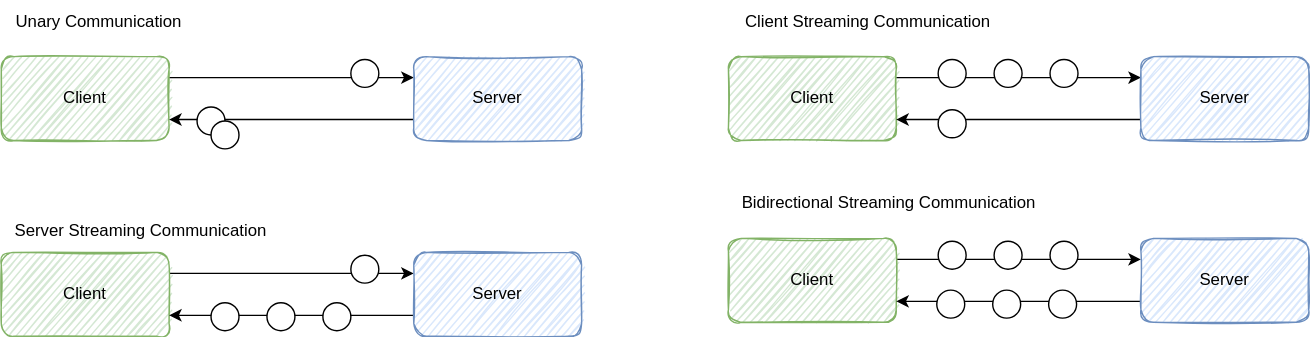
The draw.io diagram gRPC_streaming.drawio.svg in xNok/go-grpc-demo, before a commit. Source tidied: cells renumbered, new cells last; positions are measured from the earlier drawing's top-left corner, leaving out a move shared by most shapes.
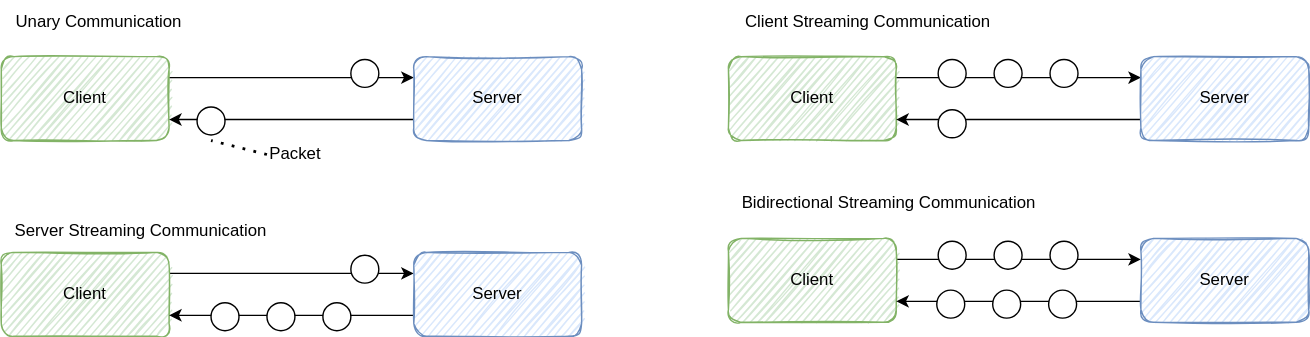
After the commit.

Change to the diagram source:
```diff
@@ -104,14 +104,20 @@
     <mxCell id="35" value="Client Streaming Communication" style="text;html=1;strokeColor=none;fillColor=none;align=center;verticalAlign=middle;whiteSpace=wrap;rounded=0;" parent="1" vertex="1">
       <mxGeometry x="520" width="200" height="30" as="geometry" />
     </mxCell>
-    <mxCell id="36" style="ellipse;whiteSpace=wrap;html=1;" parent="1" vertex="1">
-      <mxGeometry x="150" y="86" width="20" height="20" as="geometry" />
-    </mxCell>
     <mxCell id="37" style="ellipse;whiteSpace=wrap;html=1;" parent="1" vertex="1">
       <mxGeometry x="670" y="78" width="20" height="20" as="geometry" />
     </mxCell>
     <mxCell id="38" value="Bidirectional Streaming Communication" style="text;html=1;strokeColor=none;fillColor=none;align=center;verticalAlign=middle;whiteSpace=wrap;rounded=0;" parent="1" vertex="1">
       <mxGeometry x="520" y="130" width="230" height="30" as="geometry" />
     </mxCell>
+    <mxCell id="39" style="endArrow=none;dashed=1;html=1;dashPattern=1 3;strokeWidth=2;" parent="1" edge="1">
+      <mxGeometry relative="1" as="geometry">
+        <mxPoint x="190" y="110" as="sourcePoint" />
+        <mxPoint x="150" y="100" as="targetPoint" />
+      </mxGeometry>
+    </mxCell>
+    <mxCell id="40" value="Packet" style="text;html=1;align=center;verticalAlign=middle;strokeColor=none;fillColor=none;" parent="1" vertex="1">
+      <mxGeometry x="185" y="100" width="50" height="20" as="geometry" />
+    </mxCell>
   </root>
 </mxGraphModel>
```
